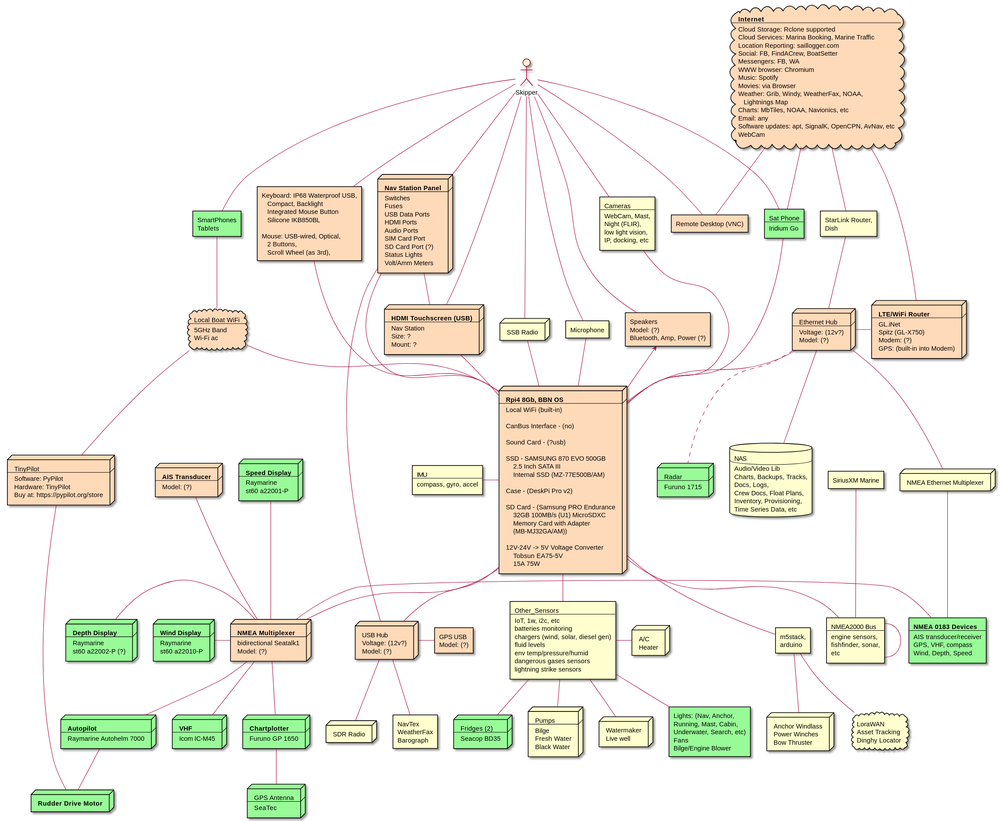
SY-Alcazar/SY-Alcazar keeps this PlantUML diagram as docs/images/alcazar-system-arch.svg. Above is the earlier version.
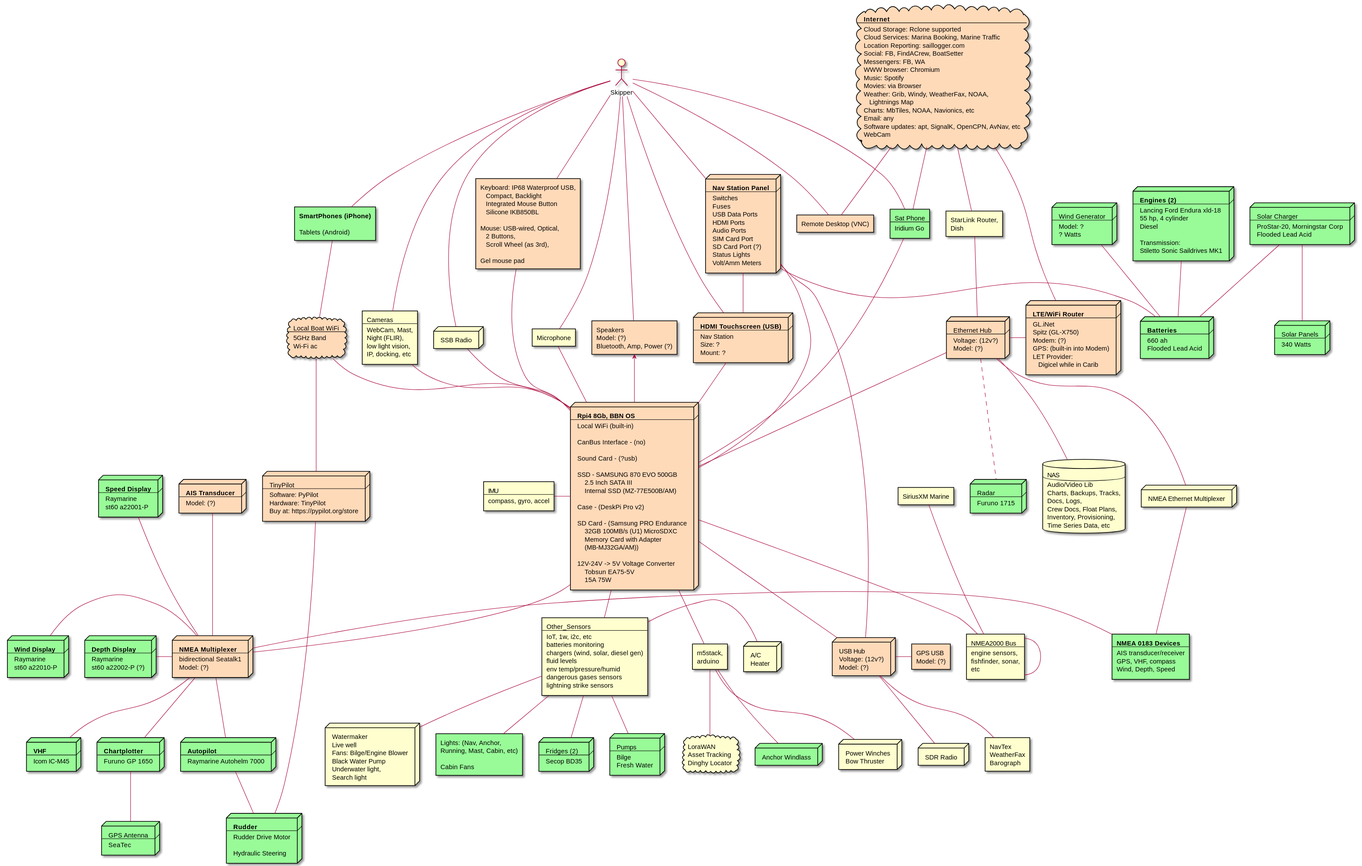
After the change.

Commit message:
alcazar system arch

What changed in the source:
```diff
@@ -133,6 +133,8 @@
  Spitz (GL-X750)
  Modem: (?)
  GPS: (built-in into Modem)
+ LET Provider:
+    Digicel while in Carib
 ]
 
 rectangle Dish_Router [
@@ -215,17 +217,20 @@
  Heater
 ]
 
-node Pumps [
+node Pumps #palegreen [
  Pumps
  ----
  Bilge
  Fresh Water
- Black Water
 ]
 
 node Appliance [
  Watermaker
  Live well
+ Fans: Bilge/Engine Blower
+ Black Water Pump
+ Underwater light,
+ Search light
 ]
 
 node AIS #peachpuff [
@@ -236,10 +241,9 @@
 
 rectangle Lights_Fans #palegreen [
  Lights: (Nav, Anchor,
- Running, Mast, Cabin,
- Underwater, Search, etc)
- Fans
- Bilge/Engine Blower
+ Running, Mast, Cabin, etc)
+
+ Cabin Fans
 ]
 
 rectangle Keyboard_Mouse #peachpuff [
@@ -251,6 +255,8 @@
  Mouse: USB-wired, Optical,
     2 Buttons,
     Scroll Wheel (as 3rd),
+
+ Gel mouse pad
 ]
 
 rectangle Weather [
@@ -264,8 +270,9 @@
 ]
 
 rectangle SmartPhone #palegreen [
- SmartPhones
- Tablets
+ <b>SmartPhones (iPhone)
+
+ Tablets (Android)
 ]
 
 database NAS [
@@ -280,7 +287,11 @@
 ]
 
 node Rudder #palegreen [
- <b>Rudder Drive Motor
+ <b>Rudder
+ ----
+ Rudder Drive Motor
+
+ Hydraulic Steering
 ]
 
 node Dash_1 #palegreen [
@@ -307,11 +318,14 @@
 node Fridge #palegreen [
  Fridges (2)
  ----
- Seacop BD35
+ Secop BD35
 ]
 
-node Winches [
+node Winches #palegreen [
  Anchor Windlass
+]
+
+node Winches_etc [
  Power Winches
  Bow Thruster
 ]
@@ -346,6 +360,45 @@
  arduino
 ]
 
+node Batteries #palegreen [
+ <b>Batteries
+ ----
+ 660 ah
+ Flooded Lead Acid
+]
+
+node Charger_Solar #palegreen [
+ Solar Charger
+ ----
+ ProStar-20, Morningstar Corp
+ Flooded Lead Acid
+]
+
+node Engines #palegreen [
+ <b>Engines (2)
+ ----
+ Lancing Ford Endura xld-18
+ 55 hp, 4 cylinder
+ Diesel
+
+ Transmission:
+ Stiletto Sonic Saildrives MK1
+]
+
+
+node Solar_Pan #palegreen [
+  Solar Panels
+  ----
+  340 Watts
+]
+
+node Wind_Gen #palegreen [
+  Wind Generator
+  ----
+  Model: ?
+  ? Watts
+]
+
 RPI -l- IMU
 RPI -- NMEA_2000
 RPI -d- NMEA_Mux
@@ -365,6 +418,7 @@
 
 Panel -- Touchscreen
 Panel -- USB_Hub
+Panel -- Batteries
 
 SmartPhone -- WiFi_Local
 AP_2 -u- WiFi_Local
@@ -404,6 +458,7 @@
 
 Esp32 -- Lora
 Esp32 -- Winches
+Esp32 -- Winches_etc
 
 Cloud_Internet -- Dish_Router
 Cloud_Internet -- Router
@@ -421,4 +476,10 @@
 Skipper -- Remote_Desktop
 Skipper -- Panel
 
+Charger_Solar -- Solar_Pan
+Charger_Solar -- Batteries
+Wind_Gen -- Batteries
+Engines -- Batteries
+
+
 @enduml
```
